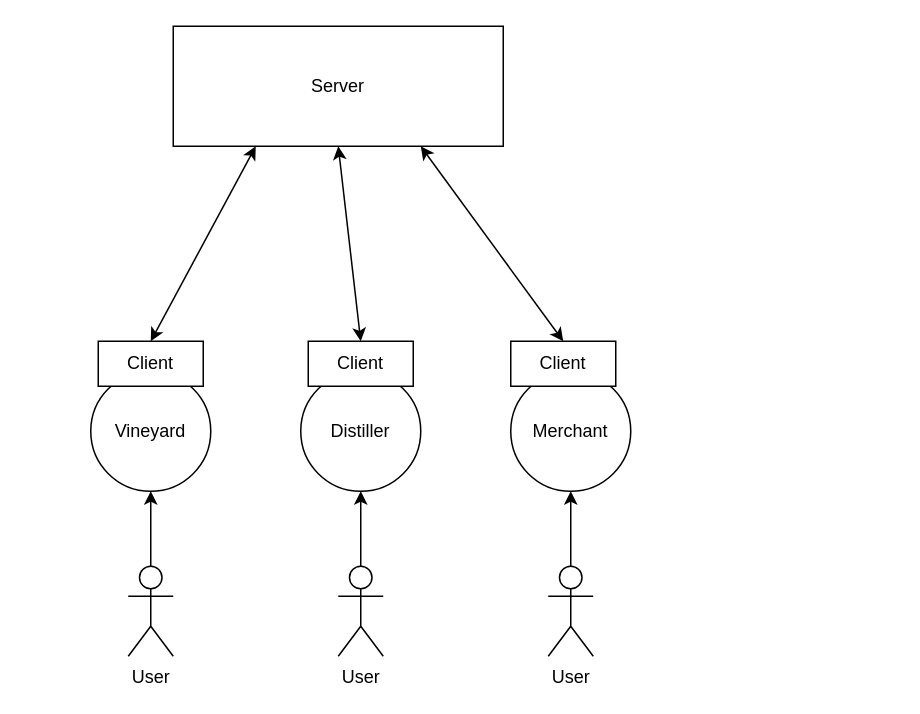
Above: assets/drawio/client-server-supply-chain.drawio in paulwizviz/mengawas (draw.io), before the change. Source tidied: cells renumbered, new cells numbered last; positions are measured from the earlier drawing's top-left corner, leaving out a move shared by most shapes. Both pictures are drawn from the tidied source at 150%, with x=0, y=0 at pixel (90, 26).
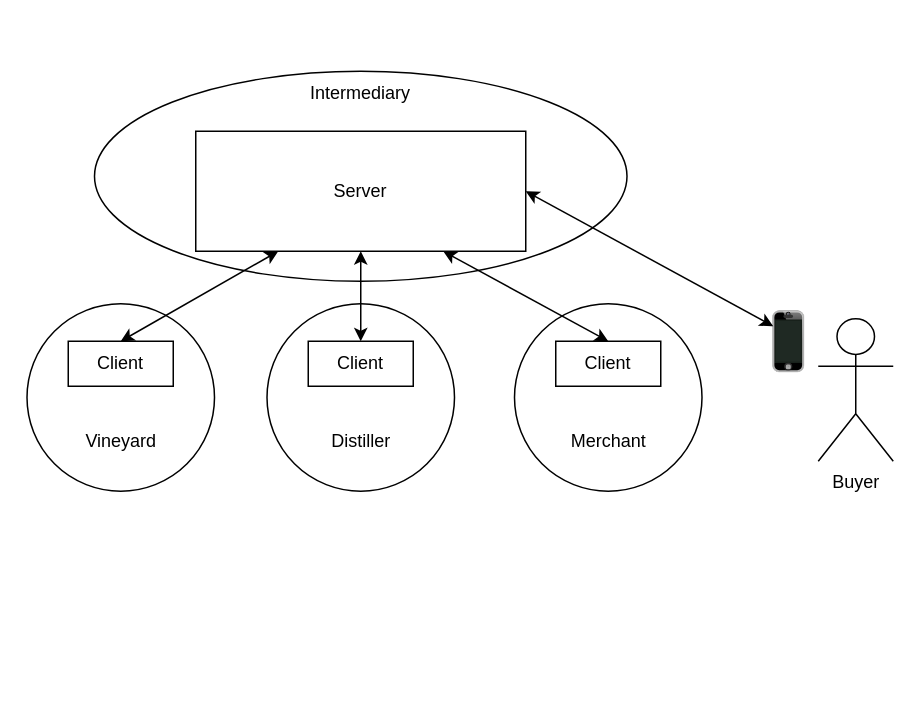
The same page after the edit.

What changed in the source:
```diff
@@
 <mxGraphModel>
   <root>
     <mxCell id="0" />
     <mxCell id="1" parent="0" />
+    <mxCell id="18" style="ellipse;whiteSpace=wrap;html=1;fillColor=none;" parent="1" vertex="1">
+      <mxGeometry x="2.5" y="30" width="355" height="140" as="geometry" />
+    </mxCell>
     <mxCell id="2" value="Server" style="rounded=0;whiteSpace=wrap;html=1;" parent="1" vertex="1">
-      <mxGeometry x="55" width="220" height="80" as="geometry" />
+      <mxGeometry x="70" y="70" width="220" height="80" as="geometry" />
     </mxCell>
-    <mxCell id="3" value="Vineyard" style="ellipse;whiteSpace=wrap;html=1;" parent="1" vertex="1">
-      <mxGeometry y="230" width="80" height="80" as="geometry" />
+    <mxCell id="3" value="&lt;div&gt;&lt;br&gt;&lt;/div&gt;&lt;div&gt;&lt;br&gt;&lt;/div&gt;&lt;div&gt;&lt;br&gt;&lt;/div&gt;&lt;div&gt;&lt;br&gt;&lt;/div&gt;Vineyard" style="ellipse;whiteSpace=wrap;html=1;fillColor=none;" parent="1" vertex="1">
+      <mxGeometry x="-42.5" y="185" width="125" height="125" as="geometry" />
     </mxCell>
-    <mxCell id="4" value="Distiller" style="ellipse;whiteSpace=wrap;html=1;" parent="1" vertex="1">
-      <mxGeometry x="140" y="230" width="80" height="80" as="geometry" />
-    </mxCell>
-    <mxCell id="5" value="Merchant" style="ellipse;whiteSpace=wrap;html=1;" parent="1" vertex="1">
-      <mxGeometry x="280" y="230" width="80" height="80" as="geometry" />
-    </mxCell>
     <mxCell id="6" value="Client" style="rounded=0;whiteSpace=wrap;html=1;" parent="1" vertex="1">
-      <mxGeometry x="5" y="210" width="70" height="30" as="geometry" />
+      <mxGeometry x="-15" y="210" width="70" height="30" as="geometry" />
     </mxCell>
     <mxCell id="7" value="Client" style="rounded=0;whiteSpace=wrap;html=1;" parent="1" vertex="1">
       <mxGeometry x="145" y="210" width="70" height="30" as="geometry" />
     </mxCell>
     <mxCell id="8" value="Client" style="rounded=0;whiteSpace=wrap;html=1;" parent="1" vertex="1">
-      <mxGeometry x="280" y="210" width="70" height="30" as="geometry" />
+      <mxGeometry x="310" y="210" width="70" height="30" as="geometry" />
     </mxCell>
     <mxCell id="9" style="endArrow=classic;startArrow=classic;html=1;rounded=0;entryX=0.25;entryY=1;entryDx=0;entryDy=0;exitX=0.5;exitY=0;exitDx=0;exitDy=0;" parent="1" edge="1" source="6" target="2">
       <mxGeometry relative="1" as="geometry" />
     </mxCell>
     <mxCell id="10" style="endArrow=classic;startArrow=classic;html=1;rounded=0;entryX=0.5;entryY=1;entryDx=0;entryDy=0;exitX=0.5;exitY=0;exitDx=0;exitDy=0;" parent="1" edge="1" source="7" target="2">
       <mxGeometry relative="1" as="geometry" />
     </mxCell>
     <mxCell id="11" style="endArrow=classic;startArrow=classic;html=1;rounded=0;entryX=0.75;entryY=1;entryDx=0;entryDy=0;exitX=0.5;exitY=0;exitDx=0;exitDy=0;" parent="1" edge="1" source="8" target="2">
       <mxGeometry relative="1" as="geometry" />
     </mxCell>
-    <mxCell id="12" style="edgeStyle=orthogonalEdgeStyle;rounded=0;jettySize=auto;html=1;" parent="1" edge="1" source="13" target="3">
-      <mxGeometry relative="1" as="geometry" />
-    </mxCell>
-    <mxCell id="13" value="User" style="shape=umlActor;verticalLabelPosition=bottom;verticalAlign=top;html=1;outlineConnect=0;" parent="1" vertex="1">
-      <mxGeometry x="25" y="360" width="30" height="60" as="geometry" />
-    </mxCell>
-    <mxCell id="14" style="edgeStyle=orthogonalEdgeStyle;rounded=0;jettySize=auto;html=1;" parent="1" edge="1" source="15" target="4">
-      <mxGeometry relative="1" as="geometry" />
-    </mxCell>
-    <mxCell id="15" value="User" style="shape=umlActor;verticalLabelPosition=bottom;verticalAlign=top;html=1;outlineConnect=0;" parent="1" vertex="1">
-      <mxGeometry x="165" y="360" width="30" height="60" as="geometry" />
-    </mxCell>
-    <mxCell id="16" style="edgeStyle=orthogonalEdgeStyle;rounded=0;jettySize=auto;html=1;" parent="1" edge="1" source="17" target="5">
-      <mxGeometry relative="1" as="geometry" />
-    </mxCell>
-    <mxCell id="17" value="User" style="shape=umlActor;verticalLabelPosition=bottom;verticalAlign=top;html=1;outlineConnect=0;" parent="1" vertex="1">
-      <mxGeometry x="305" y="360" width="30" height="60" as="geometry" />
-    </mxCell>
+    <mxCell id="19" value="Intermediary" style="text;html=1;align=center;verticalAlign=middle;whiteSpace=wrap;rounded=0;" parent="1" vertex="1">
+      <mxGeometry x="150" y="30" width="60" height="30" as="geometry" />
+    </mxCell>
+    <mxCell id="20" value="Buyer" style="shape=umlActor;verticalLabelPosition=bottom;verticalAlign=top;html=1;" parent="1" vertex="1">
+      <mxGeometry x="485" y="195" width="50" height="95" as="geometry" />
+    </mxCell>
+    <mxCell id="21" style="verticalLabelPosition=bottom;verticalAlign=top;html=1;shadow=0;dashed=0;strokeWidth=1;shape=mxgraph.ios.iPhone;bgStyle=bgGreen;fillColor=#aaaaaa;sketch=0;" parent="1" vertex="1">
+      <mxGeometry x="455" y="190" width="20" height="40" as="geometry" />
+    </mxCell>
+    <mxCell id="5" value="&lt;div&gt;&lt;br&gt;&lt;/div&gt;&lt;div&gt;&lt;br&gt;&lt;/div&gt;&lt;div&gt;&lt;br&gt;&lt;/div&gt;&lt;div&gt;&lt;br&gt;&lt;/div&gt;Merchant&lt;div&gt;&lt;/div&gt;" style="ellipse;whiteSpace=wrap;html=1;fillColor=none;" parent="1" vertex="1">
+      <mxGeometry x="282.5" y="185" width="125" height="125" as="geometry" />
+    </mxCell>
+    <mxCell id="4" value="&lt;div&gt;&lt;br&gt;&lt;/div&gt;&lt;div&gt;&lt;br&gt;&lt;/div&gt;&lt;div&gt;&lt;br&gt;&lt;/div&gt;&lt;div&gt;&lt;br&gt;&lt;/div&gt;Distiller&lt;div&gt;&lt;/div&gt;" style="ellipse;whiteSpace=wrap;html=1;fillColor=none;" parent="1" vertex="1">
+      <mxGeometry x="117.5" y="185" width="125" height="125" as="geometry" />
+    </mxCell>
+    <mxCell id="22" style="endArrow=classic;startArrow=classic;html=1;rounded=0;exitX=0.5;exitY=0;exitDx=0;exitDy=0;entryX=1;entryY=0.5;entryDx=0;entryDy=0;" parent="1" edge="1" target="2">
+      <mxGeometry relative="1" as="geometry">
+        <mxPoint x="455" y="200" as="sourcePoint" />
+      </mxGeometry>
+    </mxCell>
   </root>
 </mxGraphModel>
```
